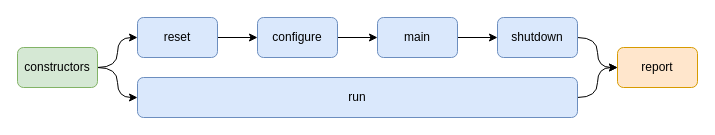
tjarker/framework-doc keeps this draw.io diagram as report/diagrams/own_phases.drawio. Above is the earlier version. Source tidied: cells renumbered, new cells numbered last; positions are measured from the earlier drawing's top-left corner, leaving out a move shared by most shapes. Both pictures are drawn from the tidied source at 100%, with x=0, y=0 at pixel (17, 17).
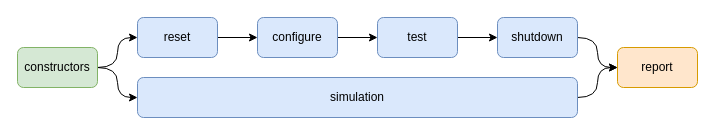
The same diagram, later.

Diff of the diagram source:
```diff
@@
 <mxGraphModel>
   <root>
     <mxCell id="0" />
     <mxCell id="1" parent="0" />
     <mxCell id="2" style="edgeStyle=orthogonalEdgeStyle;rounded=0;jettySize=auto;html=1;exitX=1;exitY=0.5;exitDx=0;exitDy=0;entryX=0;entryY=0.5;entryDx=0;entryDy=0;curved=1;" parent="1" edge="1" source="4" target="6">
       <mxGeometry relative="1" as="geometry" />
     </mxCell>
     <mxCell id="3" style="edgeStyle=orthogonalEdgeStyle;rounded=0;jettySize=auto;html=1;exitX=1;exitY=0.5;exitDx=0;exitDy=0;entryX=0;entryY=0.5;entryDx=0;entryDy=0;curved=1;" parent="1" edge="1" source="4" target="8">
       <mxGeometry relative="1" as="geometry" />
     </mxCell>
     <mxCell id="4" value="constructors" style="rounded=1;whiteSpace=wrap;html=1;fillColor=#d5e8d4;strokeColor=#82b366;" parent="1" vertex="1">
       <mxGeometry y="30" width="80" height="40" as="geometry" />
     </mxCell>
     <mxCell id="5" style="edgeStyle=orthogonalEdgeStyle;rounded=0;jettySize=auto;html=1;exitX=1;exitY=0.5;exitDx=0;exitDy=0;entryX=0;entryY=0.5;entryDx=0;entryDy=0;" parent="1" edge="1" source="6" target="10">
       <mxGeometry relative="1" as="geometry" />
     </mxCell>
     <mxCell id="6" value="reset" style="rounded=1;whiteSpace=wrap;html=1;fillColor=#dae8fc;strokeColor=#6c8ebf;" parent="1" vertex="1">
       <mxGeometry x="120" width="80" height="40" as="geometry" />
     </mxCell>
     <mxCell id="7" style="edgeStyle=orthogonalEdgeStyle;rounded=0;jettySize=auto;html=1;exitX=1;exitY=0.5;exitDx=0;exitDy=0;entryX=0;entryY=0.5;entryDx=0;entryDy=0;curved=1;" parent="1" edge="1" source="8" target="15">
       <mxGeometry relative="1" as="geometry" />
     </mxCell>
-    <mxCell id="8" value="run" style="rounded=1;whiteSpace=wrap;html=1;fillColor=#dae8fc;strokeColor=#6c8ebf;" parent="1" vertex="1">
+    <mxCell id="8" value="simulation" style="rounded=1;whiteSpace=wrap;html=1;fillColor=#dae8fc;strokeColor=#6c8ebf;" parent="1" vertex="1">
       <mxGeometry x="120" y="60" width="440" height="40" as="geometry" />
     </mxCell>
     <mxCell id="9" style="edgeStyle=orthogonalEdgeStyle;rounded=0;jettySize=auto;html=1;exitX=1;exitY=0.5;exitDx=0;exitDy=0;entryX=0;entryY=0.5;entryDx=0;entryDy=0;" parent="1" edge="1" source="10" target="12">
       <mxGeometry relative="1" as="geometry" />
     </mxCell>
     <mxCell id="10" value="configure" style="rounded=1;whiteSpace=wrap;html=1;fillColor=#dae8fc;strokeColor=#6c8ebf;" parent="1" vertex="1">
       <mxGeometry x="240" width="80" height="40" as="geometry" />
     </mxCell>
     <mxCell id="11" style="edgeStyle=orthogonalEdgeStyle;rounded=0;jettySize=auto;html=1;exitX=1;exitY=0.5;exitDx=0;exitDy=0;entryX=0;entryY=0.5;entryDx=0;entryDy=0;" parent="1" edge="1" source="12" target="14">
       <mxGeometry relative="1" as="geometry" />
     </mxCell>
-    <mxCell id="12" value="main" style="rounded=1;whiteSpace=wrap;html=1;fillColor=#dae8fc;strokeColor=#6c8ebf;" parent="1" vertex="1">
+    <mxCell id="12" value="test" style="rounded=1;whiteSpace=wrap;html=1;fillColor=#dae8fc;strokeColor=#6c8ebf;" parent="1" vertex="1">
       <mxGeometry x="360" width="80" height="40" as="geometry" />
     </mxCell>
     <mxCell id="13" style="edgeStyle=orthogonalEdgeStyle;rounded=0;jettySize=auto;html=1;exitX=1;exitY=0.5;exitDx=0;exitDy=0;entryX=0;entryY=0.5;entryDx=0;entryDy=0;curved=1;" parent="1" edge="1" source="14" target="15">
       <mxGeometry relative="1" as="geometry" />
     </mxCell>
     <mxCell id="14" value="shutdown" style="rounded=1;whiteSpace=wrap;html=1;fillColor=#dae8fc;strokeColor=#6c8ebf;" parent="1" vertex="1">
       <mxGeometry x="480" width="80" height="40" as="geometry" />
     </mxCell>
     <mxCell id="15" value="report" style="rounded=1;whiteSpace=wrap;html=1;fillColor=#ffe6cc;strokeColor=#d79b00;" parent="1" vertex="1">
       <mxGeometry x="600" y="30" width="80" height="40" as="geometry" />
     </mxCell>
   </root>
 </mxGraphModel>
```
